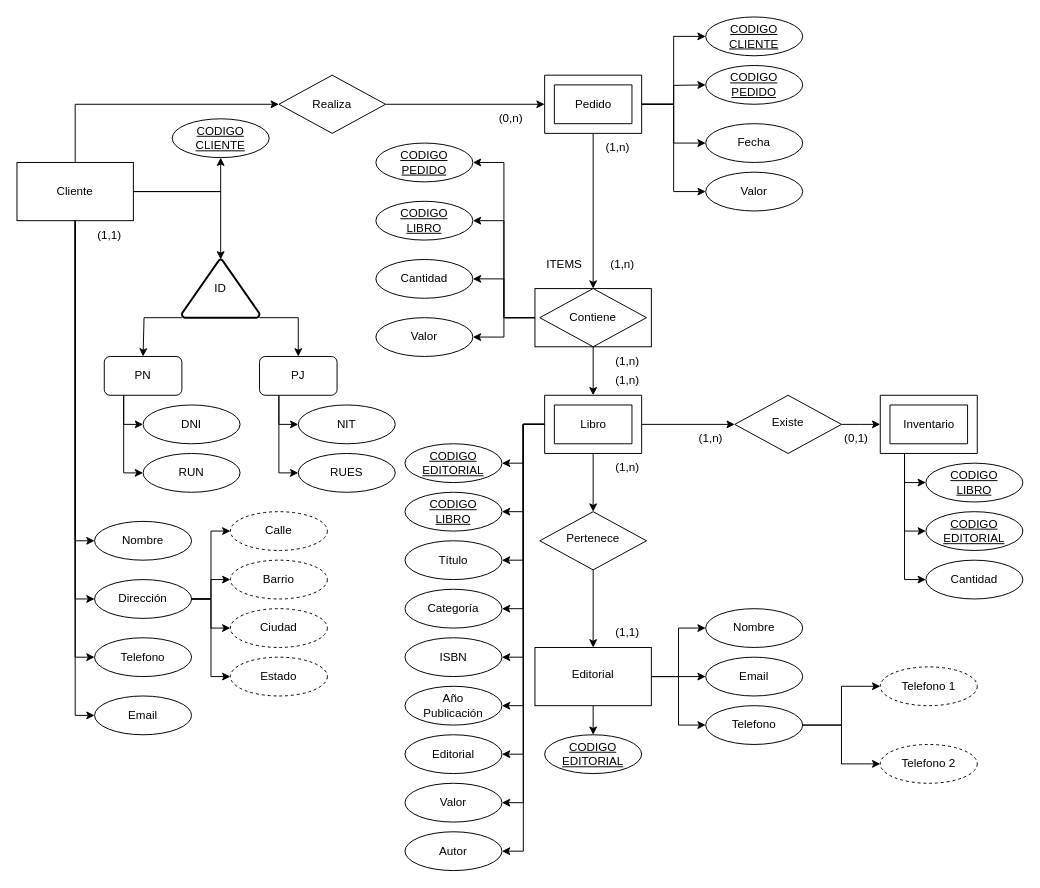
Before: Diagrama sin título.drawio in Afes-reop/Modelado-de-Bases-de-Datos, a draw.io diagram. Source tidied: cells renumbered, new cells numbered last; positions are measured from the earlier drawing's top-left corner, leaving out a move shared by most shapes. Both pictures are drawn from the tidied source at 97%, with x=0, y=0 at pixel (16, 16).
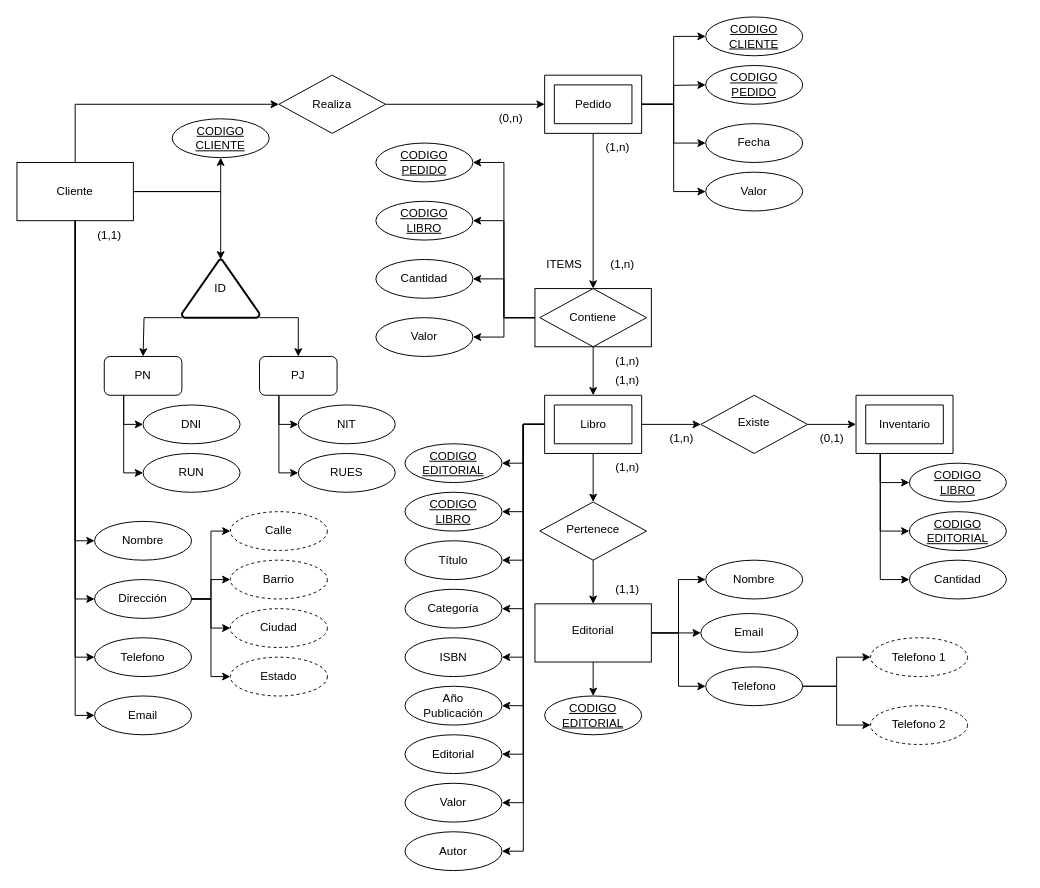
The same diagram, later.

What changed in the source:
```diff
@@
-    <mxCell id="44" style="edgeStyle=orthogonalEdgeStyle;rounded=0;jettySize=auto;html=1;exitX=1;exitY=0.5;exitDx=0;exitDy=0;" parent="1" edge="1" source="45">
-      <mxGeometry relative="1" as="geometry">
-        <mxPoint x="890" y="420" as="targetPoint" />
-      </mxGeometry>
-    </mxCell>
     <mxCell id="45" value="&lt;div&gt;&lt;br&gt;&lt;/div&gt;&lt;div&gt;Existe&lt;/div&gt;" style="rhombus;whiteSpace=wrap;html=1;verticalAlign=top;" parent="1" vertex="1">
-      <mxGeometry x="740" y="390" width="110" height="60" as="geometry" />
+      <mxGeometry x="705" y="390" width="110" height="60" as="geometry" />
     </mxCell>
     <mxCell id="46" value="(1,n)" style="text;html=1;align=center;verticalAlign=middle;strokeColor=none;fillColor=none;" parent="1" vertex="1">
-      <mxGeometry x="690" y="420" width="50" height="30" as="geometry" />
+      <mxGeometry x="660" y="420" width="50" height="30" as="geometry" />
     </mxCell>
@@
     <mxCell id="49" style="edgeStyle=orthogonalEdgeStyle;rounded=0;jettySize=auto;html=1;exitX=0;exitY=0;exitDx=25;exitDy=60;exitPerimeter=0;entryX=0;entryY=0.5;entryDx=0;entryDy=0;" parent="1" edge="1" source="50" target="79">
       <mxGeometry relative="1" as="geometry">
         <Array as="points">
-          <mxPoint x="915" y="480" />
+          <mxPoint x="890" y="480" />
         </Array>
       </mxGeometry>
     </mxCell>
     <mxCell id="50" style="verticalLabelPosition=bottom;verticalAlign=top;html=1;shape=mxgraph.basic.frame;dx=10;whiteSpace=wrap;" parent="1" vertex="1">
-      <mxGeometry x="890" y="390" width="100" height="60" as="geometry" />
+      <mxGeometry x="865" y="390" width="100" height="60" as="geometry" />
     </mxCell>
     <mxCell id="51" value="Inventario" style="text;html=1;align=center;verticalAlign=middle;strokeColor=none;fillColor=none;" parent="1" vertex="1">
-      <mxGeometry x="900" y="405" width="80" height="30" as="geometry" />
+      <mxGeometry x="875" y="405" width="80" height="30" as="geometry" />
     </mxCell>
     <mxCell id="52" value="(0,1&lt;span style=&quot;background-color: transparent; color: light-dark(rgb(0, 0, 0), rgb(255, 255, 255));&quot;&gt;)&lt;/span&gt;" style="text;html=1;align=center;verticalAlign=middle;strokeColor=none;fillColor=none;" parent="1" vertex="1">
-      <mxGeometry x="840" y="420" width="50" height="30" as="geometry" />
+      <mxGeometry x="815" y="420" width="50" height="30" as="geometry" />
     </mxCell>
@@
     <mxCell id="66" value="&lt;div&gt;&lt;br&gt;&lt;/div&gt;Pertenece" style="rhombus;whiteSpace=wrap;html=1;verticalAlign=top;" parent="1" vertex="1">
-      <mxGeometry x="539" y="510" width="110" height="60" as="geometry" />
+      <mxGeometry x="539" y="500" width="110" height="60" as="geometry" />
     </mxCell>
@@
     <mxCell id="71" value="&lt;div&gt;&lt;br&gt;&lt;/div&gt;&lt;div&gt;Editorial&lt;/div&gt;" style="whiteSpace=wrap;html=1;verticalAlign=top;" parent="1" vertex="1">
-      <mxGeometry x="534" y="650" width="120" height="60" as="geometry" />
+      <mxGeometry x="534" y="605" width="120" height="60" as="geometry" />
     </mxCell>
     <mxCell id="72" value="(1,1)" style="text;html=1;align=center;verticalAlign=middle;strokeColor=none;fillColor=none;" parent="1" vertex="1">
-      <mxGeometry x="604" y="620" width="50" height="30" as="geometry" />
+      <mxGeometry x="604" y="575" width="50" height="30" as="geometry" />
     </mxCell>
     <mxCell id="73" value="Telefono 1" style="ellipse;whiteSpace=wrap;html=1;align=center;dashed=1;" parent="1" vertex="1">
-      <mxGeometry x="890" y="670" width="100" height="40" as="geometry" />
+      <mxGeometry x="880" y="640" width="100" height="40" as="geometry" />
     </mxCell>
     <mxCell id="74" value="Telefono 2" style="ellipse;whiteSpace=wrap;html=1;align=center;dashed=1;" parent="1" vertex="1">
-      <mxGeometry x="890" y="750" width="100" height="40" as="geometry" />
+      <mxGeometry x="880" y="710" width="100" height="40" as="geometry" />
     </mxCell>
@@
     <mxCell id="79" value="CODIGO&lt;div&gt;LIBRO&lt;/div&gt;" style="ellipse;whiteSpace=wrap;html=1;align=center;fontStyle=4;" parent="1" vertex="1">
-      <mxGeometry x="937" y="460" width="100" height="40" as="geometry" />
+      <mxGeometry x="920" y="460" width="100" height="40" as="geometry" />
     </mxCell>
     <mxCell id="80" value="CODIGO&lt;div&gt;EDITORIAL&lt;/div&gt;" style="ellipse;whiteSpace=wrap;html=1;align=center;fontStyle=4;" parent="1" vertex="1">
-      <mxGeometry x="937" y="510" width="100" height="40" as="geometry" />
+      <mxGeometry x="920" y="510" width="100" height="40" as="geometry" />
     </mxCell>
     <mxCell id="81" value="Cantidad" style="ellipse;whiteSpace=wrap;html=1;align=center;" parent="1" vertex="1">
-      <mxGeometry x="937" y="560" width="100" height="40" as="geometry" />
+      <mxGeometry x="920" y="560" width="100" height="40" as="geometry" />
     </mxCell>
@@
     <mxCell id="88" value="Telefono" style="ellipse;whiteSpace=wrap;html=1;align=center;" parent="1" vertex="1">
-      <mxGeometry x="710" y="710" width="100" height="40" as="geometry" />
+      <mxGeometry x="710" y="670" width="100" height="40" as="geometry" />
     </mxCell>
     <mxCell id="89" value="Nombre" style="ellipse;whiteSpace=wrap;html=1;align=center;" parent="1" vertex="1">
-      <mxGeometry x="710" y="610" width="100" height="40" as="geometry" />
+      <mxGeometry x="710" y="560" width="100" height="40" as="geometry" />
     </mxCell>
     <mxCell id="90" value="Email" style="ellipse;whiteSpace=wrap;html=1;align=center;" parent="1" vertex="1">
-      <mxGeometry x="710" y="660" width="100" height="40" as="geometry" />
+      <mxGeometry x="705" y="615" width="100" height="40" as="geometry" />
     </mxCell>
@@
     <mxCell id="103" value="CODIGO&lt;div&gt;EDITORIAL&lt;/div&gt;" style="ellipse;whiteSpace=wrap;html=1;align=center;fontStyle=4;" parent="1" vertex="1">
-      <mxGeometry x="544" y="740" width="100" height="40" as="geometry" />
+      <mxGeometry x="544" y="700" width="100" height="40" as="geometry" />
     </mxCell>
@@
+    <mxCell id="119" style="edgeStyle=orthogonalEdgeStyle;rounded=0;jettySize=auto;html=1;exitX=1;exitY=0.5;exitDx=0;exitDy=0;entryX=0;entryY=0.5;entryDx=0;entryDy=0;entryPerimeter=0;" parent="1" edge="1" source="45" target="50">
+      <mxGeometry relative="1" as="geometry" />
+    </mxCell>
```
